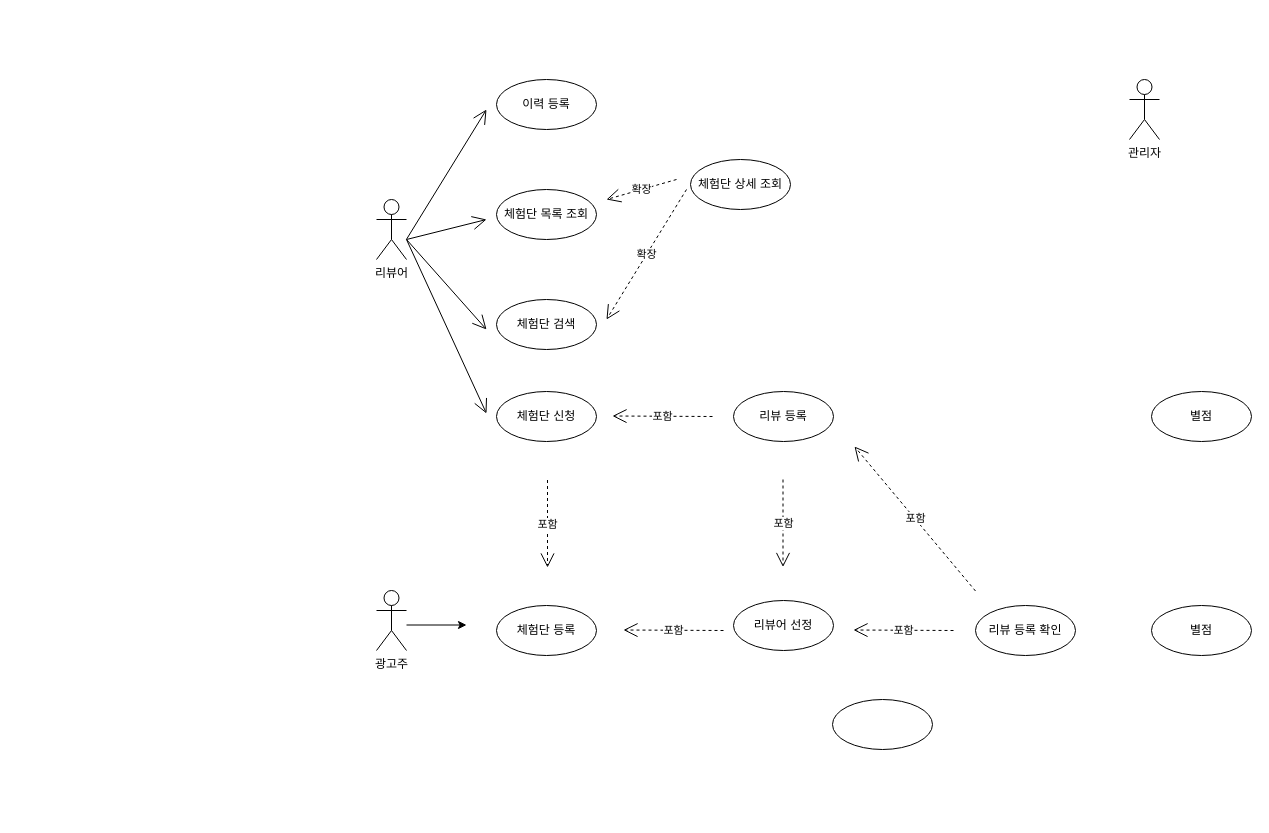
seoJang/Android_ReviewTour keeps this draw.io diagram as Use Case Diagram.drawio. Above is the earlier version. Source tidied: cells renumbered, new cells numbered last; positions are measured from the earlier drawing's top-left corner, leaving out a move shared by most shapes. Both pictures are drawn from the tidied source at 100%, with x=0, y=0 at pixel (376, 79).
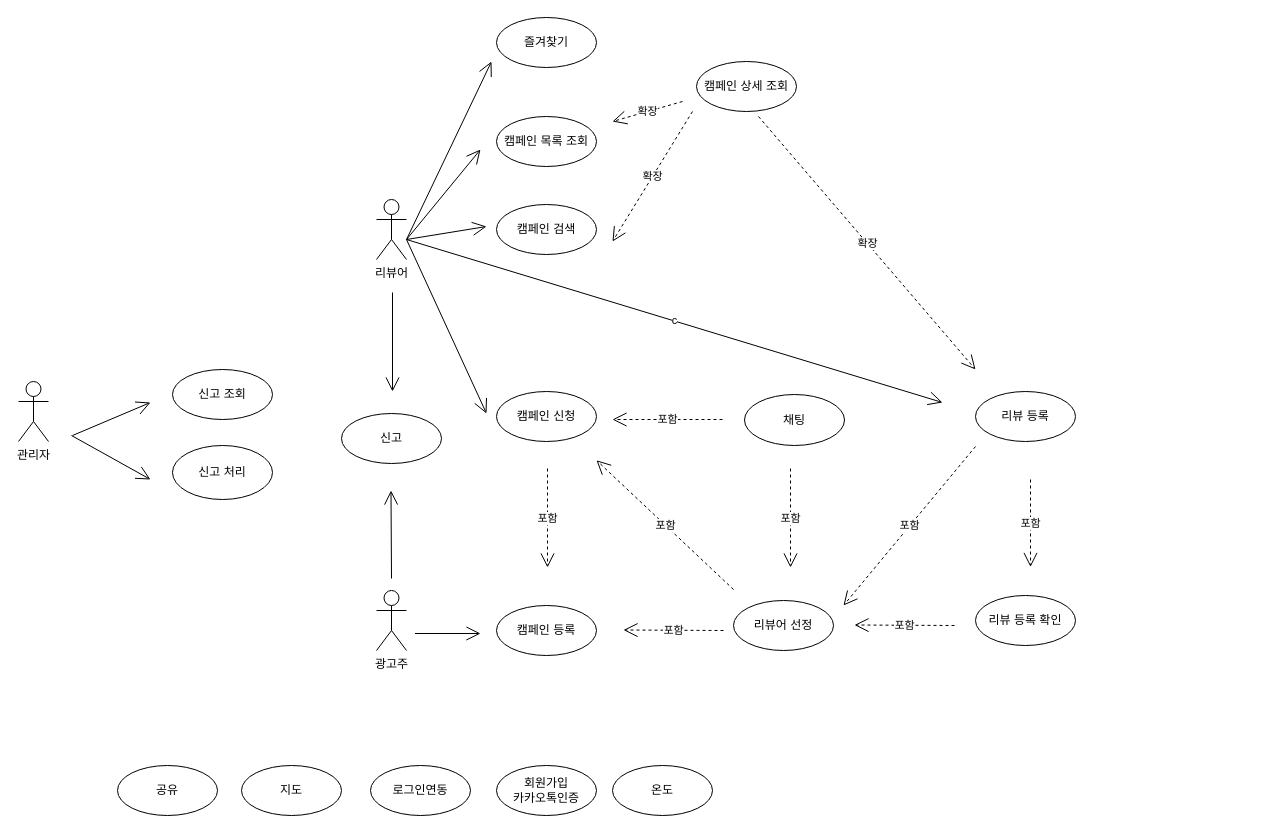
The same page after the edit.

What changed in the source:
```diff
@@
     <mxCell id="4" value="관리자" style="shape=umlActor;verticalLabelPosition=bottom;verticalAlign=top;html=1;" parent="1" vertex="1">
-      <mxGeometry x="753" width="30" height="60" as="geometry" />
+      <mxGeometry x="-358" y="302" width="30" height="60" as="geometry" />
     </mxCell>
@@
-    <mxCell id="6" style="ellipse;whiteSpace=wrap;html=1;" parent="1" vertex="1">
-      <mxGeometry x="456" y="620" width="100" height="50" as="geometry" />
+    <mxCell id="6" value="신고" style="ellipse;whiteSpace=wrap;html=1;" parent="1" vertex="1">
+      <mxGeometry x="-35" y="334" width="100" height="50" as="geometry" />
     </mxCell>
-    <mxCell id="7" value="체험단 등록" style="ellipse;whiteSpace=wrap;html=1;" parent="1" vertex="1">
+    <mxCell id="7" value="캠페인 등록" style="ellipse;whiteSpace=wrap;html=1;" parent="1" vertex="1">
       <mxGeometry x="120" y="526" width="100" height="50" as="geometry" />
     </mxCell>
-    <mxCell id="8" value="이력 등록" style="ellipse;whiteSpace=wrap;html=1;" parent="1" vertex="1">
-      <mxGeometry x="120" width="100" height="50" as="geometry" />
+    <mxCell id="8" value="신고 조회" style="ellipse;whiteSpace=wrap;html=1;" parent="1" vertex="1">
+      <mxGeometry x="-204" y="290" width="100" height="50" as="geometry" />
     </mxCell>
-    <mxCell id="9" value="체험단 신청" style="ellipse;whiteSpace=wrap;html=1;" parent="1" vertex="1">
+    <mxCell id="9" value="캠페인 신청" style="ellipse;whiteSpace=wrap;html=1;" parent="1" vertex="1">
       <mxGeometry x="120" y="312" width="100" height="50" as="geometry" />
     </mxCell>
     <mxCell id="10" value="리뷰 등록 확인" style="ellipse;whiteSpace=wrap;html=1;" parent="1" vertex="1">
-      <mxGeometry x="599" y="526" width="100" height="50" as="geometry" />
+      <mxGeometry x="599" y="516" width="100" height="50" as="geometry" />
     </mxCell>
     <mxCell id="11" value="리뷰 등록" style="ellipse;whiteSpace=wrap;html=1;" parent="1" vertex="1">
-      <mxGeometry x="357" y="312" width="100" height="50" as="geometry" />
+      <mxGeometry x="599" y="312" width="100" height="50" as="geometry" />
     </mxCell>
-    <mxCell id="12" value="별점" style="ellipse;whiteSpace=wrap;html=1;" parent="1" vertex="1">
-      <mxGeometry x="775" y="312" width="100" height="50" as="geometry" />
-    </mxCell>
-    <mxCell id="13" value="별점" style="ellipse;whiteSpace=wrap;html=1;" parent="1" vertex="1">
-      <mxGeometry x="775" y="526" width="100" height="50" as="geometry" />
-    </mxCell>
-    <mxCell id="14" style="endArrow=classic;html=1;" parent="1" edge="1">
-      <mxGeometry relative="1" as="geometry">
-        <mxPoint x="30" y="545.5" as="sourcePoint" />
-        <mxPoint x="90" y="545.5" as="targetPoint" />
-      </mxGeometry>
-    </mxCell>
     <mxCell id="15" value="포함" style="endArrow=open;endSize=12;dashed=1;html=1;" parent="1" edge="1">
       <mxGeometry relative="1" as="geometry">
-        <mxPoint x="336" y="337" as="sourcePoint" />
-        <mxPoint x="236" y="336.5" as="targetPoint" />
+        <mxPoint x="414" y="389" as="sourcePoint" />
+        <mxPoint x="414" y="488" as="targetPoint" />
       </mxGeometry>
     </mxCell>
-    <mxCell id="16" value="체험단 목록 조회" style="ellipse;whiteSpace=wrap;html=1;" parent="1" vertex="1">
-      <mxGeometry x="120" y="110" width="100" height="50" as="geometry" />
+    <mxCell id="16" value="캠페인 목록 조회" style="ellipse;whiteSpace=wrap;html=1;" parent="1" vertex="1">
+      <mxGeometry x="120" y="37" width="100" height="50" as="geometry" />
     </mxCell>
-    <mxCell id="17" value="체험단 검색" style="ellipse;whiteSpace=wrap;html=1;" parent="1" vertex="1">
-      <mxGeometry x="120" y="220" width="100" height="50" as="geometry" />
+    <mxCell id="17" value="캠페인 검색" style="ellipse;whiteSpace=wrap;html=1;" parent="1" vertex="1">
+      <mxGeometry x="120" y="125" width="100" height="50" as="geometry" />
     </mxCell>
-    <mxCell id="18" value="체험단 상세 조회" style="ellipse;whiteSpace=wrap;html=1;" parent="1" vertex="1">
-      <mxGeometry x="314" y="80" width="100" height="50" as="geometry" />
+    <mxCell id="18" value="캠페인 상세 조회" style="ellipse;whiteSpace=wrap;html=1;" parent="1" vertex="1">
+      <mxGeometry x="320" y="-18" width="100" height="50" as="geometry" />
     </mxCell>
     <mxCell id="19" style="endArrow=open;endFill=1;endSize=12;html=1;" parent="1" edge="1">
       <mxGeometry relative="1" as="geometry">
-        <mxPoint x="30" y="159.8" as="sourcePoint" />
-        <mxPoint x="110" y="30" as="targetPoint" />
+        <mxPoint x="-304" y="356" as="sourcePoint" />
+        <mxPoint x="-226" y="323" as="targetPoint" />
       </mxGeometry>
     </mxCell>
     <mxCell id="20" style="endArrow=open;endFill=1;endSize=12;html=1;" parent="1" edge="1">
       <mxGeometry relative="1" as="geometry">
         <mxPoint x="30" y="160" as="sourcePoint" />
-        <mxPoint x="110" y="140" as="targetPoint" />
+        <mxPoint x="104" y="70" as="targetPoint" />
       </mxGeometry>
     </mxCell>
     <mxCell id="21" style="endArrow=open;endFill=1;endSize=12;html=1;" parent="1" edge="1">
       <mxGeometry relative="1" as="geometry">
         <mxPoint x="30" y="160" as="sourcePoint" />
-        <mxPoint x="110" y="250" as="targetPoint" />
+        <mxPoint x="110" y="147" as="targetPoint" />
       </mxGeometry>
     </mxCell>
     <mxCell id="22" value="확장" style="endArrow=open;endSize=12;dashed=1;html=1;" parent="1" edge="1">
       <mxGeometry relative="1" as="geometry">
-        <mxPoint x="300" y="100" as="sourcePoint" />
-        <mxPoint x="230" y="120" as="targetPoint" />
+        <mxPoint x="306" y="22" as="sourcePoint" />
+        <mxPoint x="236" y="42" as="targetPoint" />
       </mxGeometry>
     </mxCell>
     <mxCell id="23" value="확장" style="endArrow=open;endSize=12;dashed=1;html=1;" parent="1" edge="1">
       <mxGeometry relative="1" as="geometry">
-        <mxPoint x="310" y="110" as="sourcePoint" />
-        <mxPoint x="230" y="240" as="targetPoint" />
+        <mxPoint x="316" y="32" as="sourcePoint" />
+        <mxPoint x="236" y="162" as="targetPoint" />
       </mxGeometry>
     </mxCell>
@@
     <mxCell id="25" value="포함" style="endArrow=open;endSize=12;dashed=1;html=1;" parent="1" edge="1">
       <mxGeometry relative="1" as="geometry">
-        <mxPoint x="171" y="400.5" as="sourcePoint" />
+        <mxPoint x="171" y="389" as="sourcePoint" />
         <mxPoint x="171" y="488" as="targetPoint" />
       </mxGeometry>
     </mxCell>
     <mxCell id="26" value="포함" style="endArrow=open;endSize=12;dashed=1;html=1;" parent="1" edge="1">
       <mxGeometry relative="1" as="geometry">
-        <mxPoint x="406.5" y="400" as="sourcePoint" />
-        <mxPoint x="406.5" y="487.5" as="targetPoint" />
+        <mxPoint x="654" y="400" as="sourcePoint" />
+        <mxPoint x="654" y="487.5" as="targetPoint" />
       </mxGeometry>
     </mxCell>
@@
     <mxCell id="28" value="포함" style="endArrow=open;endSize=12;dashed=1;html=1;" parent="1" edge="1">
       <mxGeometry relative="1" as="geometry">
-        <mxPoint x="577" y="551" as="sourcePoint" />
-        <mxPoint x="477" y="550.5" as="targetPoint" />
+        <mxPoint x="578" y="546" as="sourcePoint" />
+        <mxPoint x="478" y="545.5" as="targetPoint" />
       </mxGeometry>
     </mxCell>
-    <mxCell id="29" value="포함" style="endArrow=open;endSize=12;dashed=1;html=1;" parent="1" edge="1">
-      <mxGeometry relative="1" as="geometry">
-        <mxPoint x="599" y="511.5" as="sourcePoint" />
-        <mxPoint x="478" y="367" as="targetPoint" />
-      </mxGeometry>
-    </mxCell>
+    <mxCell id="30" value="포함" style="endArrow=open;endSize=12;dashed=1;html=1;" parent="1" edge="1">
+      <mxGeometry relative="1" as="geometry">
+        <mxPoint x="357" y="510" as="sourcePoint" />
+        <mxPoint x="220" y="380.8" as="targetPoint" />
+      </mxGeometry>
+    </mxCell>
+    <mxCell id="31" value="온도" style="ellipse;whiteSpace=wrap;html=1;" parent="1" vertex="1">
+      <mxGeometry x="236" y="686" width="100" height="50" as="geometry" />
+    </mxCell>
+    <mxCell id="32" value="신고 처리" style="ellipse;whiteSpace=wrap;html=1;" parent="1" vertex="1">
+      <mxGeometry x="-204" y="366" width="100" height="54" as="geometry" />
+    </mxCell>
+    <mxCell id="33" style="endArrow=open;endFill=1;endSize=12;html=1;" parent="1" edge="1">
+      <mxGeometry relative="1" as="geometry">
+        <mxPoint x="-305" y="356" as="sourcePoint" />
+        <mxPoint x="-226" y="400" as="targetPoint" />
+      </mxGeometry>
+    </mxCell>
+    <mxCell id="34" style="endArrow=open;endFill=1;endSize=12;html=1;" parent="1" edge="1">
+      <mxGeometry relative="1" as="geometry">
+        <mxPoint x="16" y="213" as="sourcePoint" />
+        <mxPoint x="16" y="312" as="targetPoint" />
+      </mxGeometry>
+    </mxCell>
+    <mxCell id="35" style="endArrow=open;endFill=1;endSize=12;html=1;" parent="1" edge="1">
+      <mxGeometry relative="1" as="geometry">
+        <mxPoint x="15" y="499" as="sourcePoint" />
+        <mxPoint x="14.5" y="411" as="targetPoint" />
+      </mxGeometry>
+    </mxCell>
+    <mxCell id="36" style="endArrow=open;endFill=1;endSize=12;html=1;" parent="1" edge="1">
+      <mxGeometry relative="1" as="geometry">
+        <mxPoint x="38.5" y="554" as="sourcePoint" />
+        <mxPoint x="104" y="554" as="targetPoint" />
+      </mxGeometry>
+    </mxCell>
+    <mxCell id="37" value="공유" style="ellipse;whiteSpace=wrap;html=1;" parent="1" vertex="1">
+      <mxGeometry x="-259" y="686" width="100" height="50" as="geometry" />
+    </mxCell>
+    <mxCell id="38" value="채팅" style="ellipse;whiteSpace=wrap;html=1;" parent="1" vertex="1">
+      <mxGeometry x="368" y="315" width="100" height="51" as="geometry" />
+    </mxCell>
+    <mxCell id="39" value="포함" style="endArrow=open;endSize=12;dashed=1;html=1;" parent="1" edge="1">
+      <mxGeometry relative="1" as="geometry">
+        <mxPoint x="346" y="340" as="sourcePoint" />
+        <mxPoint x="236" y="340" as="targetPoint" />
+      </mxGeometry>
+    </mxCell>
+    <mxCell id="40" value="포함" style="endArrow=open;endSize=12;dashed=1;html=1;" parent="1" edge="1">
+      <mxGeometry relative="1" as="geometry">
+        <mxPoint x="599" y="367" as="sourcePoint" />
+        <mxPoint x="467" y="526" as="targetPoint" />
+      </mxGeometry>
+    </mxCell>
+    <mxCell id="41" value="c" style="endArrow=open;endFill=1;endSize=12;html=1;" parent="1" edge="1">
+      <mxGeometry relative="1" as="geometry">
+        <mxPoint x="30" y="160" as="sourcePoint" />
+        <mxPoint x="566" y="323" as="targetPoint" />
+      </mxGeometry>
+    </mxCell>
+    <mxCell id="42" value="지도" style="ellipse;whiteSpace=wrap;html=1;" parent="1" vertex="1">
+      <mxGeometry x="-135" y="686" width="100" height="50" as="geometry" />
+    </mxCell>
+    <mxCell id="43" value="로그인연동" style="ellipse;whiteSpace=wrap;html=1;" parent="1" vertex="1">
+      <mxGeometry x="-6" y="686" width="100" height="50" as="geometry" />
+    </mxCell>
+    <mxCell id="44" value="회원가입&lt;br&gt;카카오톡인증" style="ellipse;whiteSpace=wrap;html=1;" parent="1" vertex="1">
+      <mxGeometry x="120" y="686" width="100" height="50" as="geometry" />
+    </mxCell>
+    <mxCell id="45" value="즐겨찾기" style="ellipse;whiteSpace=wrap;html=1;" parent="1" vertex="1">
+      <mxGeometry x="120" y="-62" width="100" height="50" as="geometry" />
+    </mxCell>
+    <mxCell id="46" style="endArrow=open;endFill=1;endSize=12;html=1;" parent="1" edge="1">
+      <mxGeometry relative="1" as="geometry">
+        <mxPoint x="30" y="160" as="sourcePoint" />
+        <mxPoint x="115" y="-18" as="targetPoint" />
+      </mxGeometry>
+    </mxCell>
+    <mxCell id="47" value="확장" style="endArrow=open;endSize=12;dashed=1;html=1;" parent="1" edge="1">
+      <mxGeometry relative="1" as="geometry">
+        <mxPoint x="382" y="37" as="sourcePoint" />
+        <mxPoint x="599" y="290" as="targetPoint" />
+      </mxGeometry>
+    </mxCell>
```
